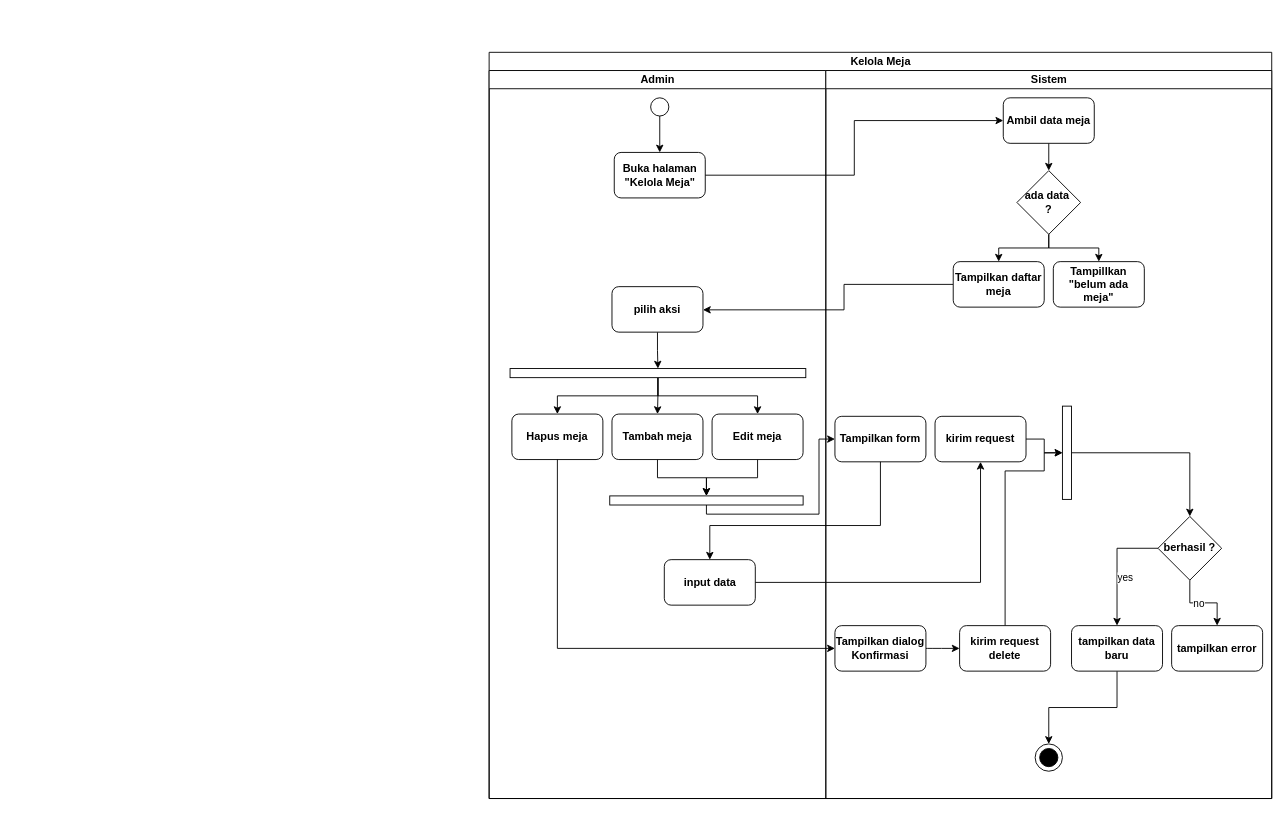
RIOKOWI/warmindo_purnama_flutter keeps this draw.io diagram as page "kelola meja" (5 of 19) of assets/uml/activity-diagram.drawio. Above is the earlier version. Source tidied: cells renumbered, new cells numbered last; positions are measured from the earlier drawing's top-left corner, leaving out a move shared by most shapes. Both pictures are drawn from the tidied source at 91%, with x=0, y=0 at pixel (15, 52).
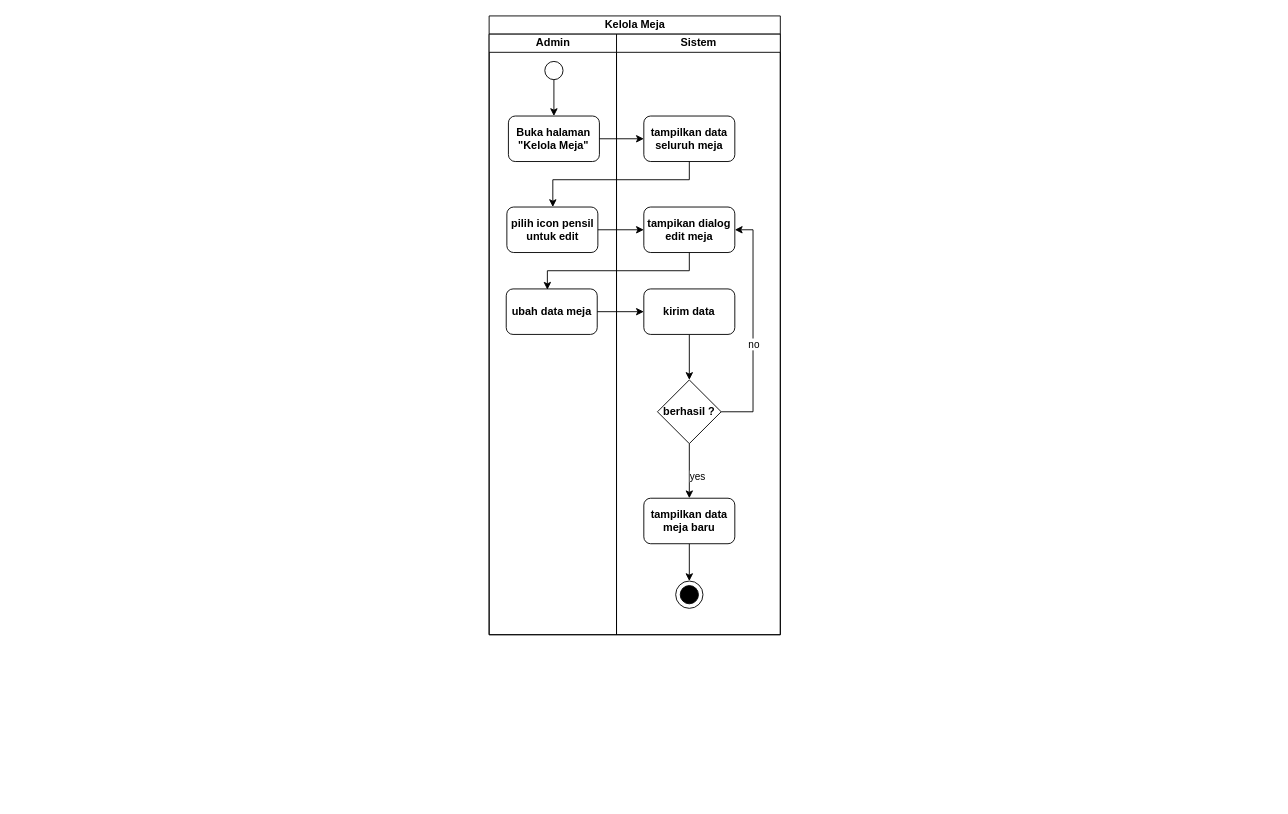
The same diagram, later.

What changed in the source:
```diff
@@
     <mxCell id="3" value="Kelola Meja" style="swimlane;startSize=20;html=1;" parent="1" vertex="1">
-      <mxGeometry x="520" width="860" height="820" as="geometry" />
+      <mxGeometry x="520" y="-40" width="320" height="680" as="geometry" />
     </mxCell>
     <mxCell id="4" value="Admin" style="swimlane;startSize=20;html=1;" parent="3" vertex="1">
-      <mxGeometry y="20" width="370" height="800" as="geometry" />
+      <mxGeometry y="20" width="140" height="660" as="geometry" />
     </mxCell>
@@
     <mxCell id="6" style="ellipse;whiteSpace=wrap;html=1;strokeColor=default;align=center;verticalAlign=middle;fontFamily=Helvetica;fontSize=12;fontColor=default;fontStyle=1;fillColor=default;" parent="4" vertex="1">
-      <mxGeometry x="177.5" y="30" width="20" height="20" as="geometry" />
+      <mxGeometry x="61.2" y="30" width="20" height="20" as="geometry" />
     </mxCell>
     <mxCell id="7" value="Buka halaman &quot;Kelola Meja&quot;" style="rounded=1;whiteSpace=wrap;html=1;strokeColor=default;align=center;verticalAlign=middle;fontFamily=Helvetica;fontSize=12;fontColor=default;fontStyle=1;fillColor=default;" parent="4" vertex="1">
-      <mxGeometry x="137.5" y="90" width="100" height="50" as="geometry" />
+      <mxGeometry x="21.2" y="90" width="100" height="50" as="geometry" />
     </mxCell>
-    <mxCell id="8" style="edgeStyle=orthogonalEdgeStyle;shape=connector;rounded=0;html=1;entryX=0.5;entryY=0;entryDx=0;entryDy=0;strokeColor=default;align=center;verticalAlign=middle;fontFamily=Helvetica;fontSize=11;fontColor=default;labelBackgroundColor=default;endArrow=classic;curved=0;" parent="4" edge="1" source="11" target="18">
-      <mxGeometry relative="1" as="geometry" />
-    </mxCell>
-    <mxCell id="9" style="edgeStyle=orthogonalEdgeStyle;shape=connector;rounded=0;html=1;entryX=0.5;entryY=0;entryDx=0;entryDy=0;strokeColor=default;align=center;verticalAlign=middle;fontFamily=Helvetica;fontSize=11;fontColor=default;labelBackgroundColor=default;endArrow=classic;curved=0;" parent="4" edge="1" source="11" target="15">
-      <mxGeometry relative="1" as="geometry" />
-    </mxCell>
-    <mxCell id="10" style="edgeStyle=orthogonalEdgeStyle;shape=connector;rounded=0;html=1;entryX=0.5;entryY=0;entryDx=0;entryDy=0;strokeColor=default;align=center;verticalAlign=middle;fontFamily=Helvetica;fontSize=11;fontColor=default;labelBackgroundColor=default;endArrow=classic;curved=0;" parent="4" edge="1" source="11" target="17">
-      <mxGeometry relative="1" as="geometry" />
-    </mxCell>
-    <mxCell id="11" style="rounded=0;whiteSpace=wrap;html=1;rotation=90;" parent="4" vertex="1">
-      <mxGeometry x="180.5" y="170" width="10" height="325" as="geometry" />
-    </mxCell>
-    <mxCell id="12" style="edgeStyle=orthogonalEdgeStyle;shape=connector;rounded=0;html=1;entryX=0;entryY=0.5;entryDx=0;entryDy=0;strokeColor=default;align=center;verticalAlign=middle;fontFamily=Helvetica;fontSize=11;fontColor=default;labelBackgroundColor=default;endArrow=classic;curved=0;" parent="4" edge="1" source="13" target="11">
-      <mxGeometry relative="1" as="geometry" />
-    </mxCell>
-    <mxCell id="13" value="pilih aksi" style="rounded=1;whiteSpace=wrap;html=1;strokeColor=default;align=center;verticalAlign=middle;fontFamily=Helvetica;fontSize=12;fontColor=default;fontStyle=1;fillColor=default;" parent="4" vertex="1">
-      <mxGeometry x="135" y="237.5" width="100" height="50" as="geometry" />
+    <mxCell id="13" value="pilih icon pensil untuk edit" style="rounded=1;whiteSpace=wrap;html=1;strokeColor=default;align=center;verticalAlign=middle;fontFamily=Helvetica;fontSize=12;fontColor=default;fontStyle=1;fillColor=default;" parent="4" vertex="1">
+      <mxGeometry x="19.5" y="190" width="100" height="50" as="geometry" />
     </mxCell>
-    <mxCell id="14" style="edgeStyle=orthogonalEdgeStyle;shape=connector;rounded=0;html=1;entryX=0;entryY=0.5;entryDx=0;entryDy=0;strokeColor=default;align=center;verticalAlign=middle;fontFamily=Helvetica;fontSize=11;fontColor=default;labelBackgroundColor=default;endArrow=classic;curved=0;" parent="4" edge="1" source="15" target="19">
-      <mxGeometry relative="1" as="geometry" />
-    </mxCell>
-    <mxCell id="15" value="Tambah meja" style="rounded=1;whiteSpace=wrap;html=1;strokeColor=default;align=center;verticalAlign=middle;fontFamily=Helvetica;fontSize=12;fontColor=default;fontStyle=1;fillColor=default;" parent="4" vertex="1">
-      <mxGeometry x="135" y="377.5" width="100" height="50" as="geometry" />
-    </mxCell>
-    <mxCell id="16" style="edgeStyle=orthogonalEdgeStyle;shape=connector;rounded=0;html=1;entryX=0;entryY=0.5;entryDx=0;entryDy=0;strokeColor=default;align=center;verticalAlign=middle;fontFamily=Helvetica;fontSize=11;fontColor=default;labelBackgroundColor=default;endArrow=classic;curved=0;" parent="4" edge="1" source="17" target="19">
-      <mxGeometry relative="1" as="geometry" />
-    </mxCell>
-    <mxCell id="17" value="Edit meja" style="rounded=1;whiteSpace=wrap;html=1;strokeColor=default;align=center;verticalAlign=middle;fontFamily=Helvetica;fontSize=12;fontColor=default;fontStyle=1;fillColor=default;" parent="4" vertex="1">
-      <mxGeometry x="245" y="377.5" width="100" height="50" as="geometry" />
-    </mxCell>
-    <mxCell id="18" value="Hapus meja" style="rounded=1;whiteSpace=wrap;html=1;strokeColor=default;align=center;verticalAlign=middle;fontFamily=Helvetica;fontSize=12;fontColor=default;fontStyle=1;fillColor=default;" parent="4" vertex="1">
-      <mxGeometry x="25" y="377.5" width="100" height="50" as="geometry" />
-    </mxCell>
-    <mxCell id="19" style="rounded=0;whiteSpace=wrap;html=1;rotation=90;" parent="4" vertex="1">
-      <mxGeometry x="233.8" y="366.2" width="10" height="212.5" as="geometry" />
-    </mxCell>
-    <mxCell id="20" value="input data" style="rounded=1;whiteSpace=wrap;html=1;strokeColor=default;align=center;verticalAlign=middle;fontFamily=Helvetica;fontSize=12;fontColor=default;fontStyle=1;fillColor=default;" parent="4" vertex="1">
-      <mxGeometry x="192.5" y="537.5" width="100" height="50" as="geometry" />
-    </mxCell>
+    <mxCell id="55" value="ubah data meja" style="rounded=1;whiteSpace=wrap;html=1;strokeColor=default;align=center;verticalAlign=middle;fontFamily=Helvetica;fontSize=12;fontColor=default;fontStyle=1;fillColor=default;" parent="4" vertex="1">
+      <mxGeometry x="18.8" y="280" width="100" height="50" as="geometry" />
+    </mxCell>
@@
-    <mxCell id="22" style="edgeStyle=orthogonalEdgeStyle;shape=connector;rounded=0;html=1;strokeColor=default;align=center;verticalAlign=middle;fontFamily=Helvetica;fontSize=11;fontColor=default;labelBackgroundColor=default;endArrow=classic;curved=0;" parent="3" edge="1" source="32" target="13">
-      <mxGeometry relative="1" as="geometry">
-        <Array as="points">
-          <mxPoint x="390" y="255" />
-          <mxPoint x="390" y="283" />
-        </Array>
-      </mxGeometry>
-    </mxCell>
-    <mxCell id="23" style="edgeStyle=orthogonalEdgeStyle;shape=connector;rounded=0;html=1;strokeColor=default;align=center;verticalAlign=middle;fontFamily=Helvetica;fontSize=11;fontColor=default;labelBackgroundColor=default;endArrow=classic;exitX=1;exitY=0.5;exitDx=0;exitDy=0;entryX=0;entryY=0.5;entryDx=0;entryDy=0;curved=0;" parent="3" edge="1" source="19" target="34">
-      <mxGeometry relative="1" as="geometry" />
-    </mxCell>
-    <mxCell id="24" style="edgeStyle=orthogonalEdgeStyle;shape=connector;rounded=0;html=1;entryX=0.5;entryY=1;entryDx=0;entryDy=0;strokeColor=default;align=center;verticalAlign=middle;fontFamily=Helvetica;fontSize=11;fontColor=default;labelBackgroundColor=default;endArrow=classic;curved=0;" parent="3" edge="1" source="20" target="36">
-      <mxGeometry relative="1" as="geometry" />
-    </mxCell>
-    <mxCell id="25" style="edgeStyle=orthogonalEdgeStyle;shape=connector;rounded=0;html=1;entryX=0;entryY=0.5;entryDx=0;entryDy=0;strokeColor=default;align=center;verticalAlign=middle;fontFamily=Helvetica;fontSize=11;fontColor=default;labelBackgroundColor=default;endArrow=classic;exitX=0.5;exitY=1;exitDx=0;exitDy=0;curved=0;" parent="3" edge="1" source="18" target="46">
-      <mxGeometry relative="1" as="geometry" />
-    </mxCell>
     <mxCell id="26" value="Sistem" style="swimlane;startSize=20;html=1;" parent="3" vertex="1">
-      <mxGeometry x="370" y="20" width="490" height="800" as="geometry" />
+      <mxGeometry x="140" y="20" width="180" height="660" as="geometry" />
     </mxCell>
-    <mxCell id="27" style="edgeStyle=orthogonalEdgeStyle;html=1;entryX=0.5;entryY=0;entryDx=0;entryDy=0;rounded=0;curved=0;" parent="26" edge="1" source="29" target="32">
-      <mxGeometry relative="1" as="geometry" />
-    </mxCell>
-    <mxCell id="28" style="edgeStyle=orthogonalEdgeStyle;shape=connector;rounded=0;html=1;entryX=0.5;entryY=0;entryDx=0;entryDy=0;strokeColor=default;align=center;verticalAlign=middle;fontFamily=Helvetica;fontSize=11;fontColor=default;labelBackgroundColor=default;endArrow=classic;curved=0;" parent="26" edge="1" source="29" target="33">
-      <mxGeometry relative="1" as="geometry" />
-    </mxCell>
-    <mxCell id="29" value="ada data&amp;nbsp;&lt;div&gt;?&lt;/div&gt;" style="rhombus;whiteSpace=wrap;html=1;strokeColor=default;align=center;verticalAlign=middle;fontFamily=Helvetica;fontSize=12;fontColor=default;fontStyle=1;fillColor=default;" parent="26" vertex="1">
-      <mxGeometry x="210" y="110" width="70" height="70" as="geometry" />
-    </mxCell>
-    <mxCell id="30" style="edgeStyle=orthogonalEdgeStyle;html=1;entryX=0.5;entryY=0;entryDx=0;entryDy=0;rounded=0;curved=0;" parent="26" edge="1" source="31" target="29">
-      <mxGeometry relative="1" as="geometry" />
-    </mxCell>
-    <mxCell id="31" value="Ambil data meja" style="rounded=1;whiteSpace=wrap;html=1;strokeColor=default;align=center;verticalAlign=middle;fontFamily=Helvetica;fontSize=12;fontColor=default;fontStyle=1;fillColor=default;" parent="26" vertex="1">
-      <mxGeometry x="195" y="30" width="100" height="50" as="geometry" />
+    <mxCell id="31" value="tampilkan data seluruh meja" style="rounded=1;whiteSpace=wrap;html=1;strokeColor=default;align=center;verticalAlign=middle;fontFamily=Helvetica;fontSize=12;fontColor=default;fontStyle=1;fillColor=default;" parent="26" vertex="1">
+      <mxGeometry x="30" y="90" width="100" height="50" as="geometry" />
     </mxCell>
-    <mxCell id="32" value="Tampilkan daftar meja" style="rounded=1;whiteSpace=wrap;html=1;strokeColor=default;align=center;verticalAlign=middle;fontFamily=Helvetica;fontSize=12;fontColor=default;fontStyle=1;fillColor=default;" parent="26" vertex="1">
-      <mxGeometry x="140" y="210" width="100" height="50" as="geometry" />
-    </mxCell>
-    <mxCell id="33" value="Tampillkan&lt;div&gt;&quot;belum ada meja&quot;&lt;/div&gt;" style="rounded=1;whiteSpace=wrap;html=1;strokeColor=default;align=center;verticalAlign=middle;fontFamily=Helvetica;fontSize=12;fontColor=default;fontStyle=1;fillColor=default;" parent="26" vertex="1">
-      <mxGeometry x="250" y="210" width="100" height="50" as="geometry" />
-    </mxCell>
-    <mxCell id="34" value="Tampilkan form" style="rounded=1;whiteSpace=wrap;html=1;strokeColor=default;align=center;verticalAlign=middle;fontFamily=Helvetica;fontSize=12;fontColor=default;fontStyle=1;fillColor=default;" parent="26" vertex="1">
-      <mxGeometry x="10" y="380" width="100" height="50" as="geometry" />
-    </mxCell>
-    <mxCell id="35" style="edgeStyle=orthogonalEdgeStyle;shape=connector;rounded=0;html=1;entryX=1;entryY=0.5;entryDx=0;entryDy=0;strokeColor=default;align=center;verticalAlign=middle;fontFamily=Helvetica;fontSize=11;fontColor=default;labelBackgroundColor=default;endArrow=classic;curved=0;" parent="26" edge="1" source="36" target="50">
-      <mxGeometry relative="1" as="geometry" />
-    </mxCell>
-    <mxCell id="36" value="kirim request" style="rounded=1;whiteSpace=wrap;html=1;strokeColor=default;align=center;verticalAlign=middle;fontFamily=Helvetica;fontSize=12;fontColor=default;fontStyle=1;fillColor=default;" parent="26" vertex="1">
-      <mxGeometry x="120" y="380" width="100" height="50" as="geometry" />
-    </mxCell>
-    <mxCell id="37" style="edgeStyle=orthogonalEdgeStyle;shape=connector;rounded=0;html=1;entryX=0.5;entryY=0;entryDx=0;entryDy=0;strokeColor=default;align=center;verticalAlign=middle;fontFamily=Helvetica;fontSize=11;fontColor=default;labelBackgroundColor=default;endArrow=classic;curved=0;" parent="26" edge="1" source="41" target="44">
-      <mxGeometry relative="1" as="geometry" />
+    <mxCell id="37" style="edgeStyle=orthogonalEdgeStyle;shape=connector;rounded=0;html=1;entryX=1;entryY=0.5;entryDx=0;entryDy=0;strokeColor=default;align=center;verticalAlign=middle;fontFamily=Helvetica;fontSize=11;fontColor=default;labelBackgroundColor=default;endArrow=classic;curved=0;exitX=1;exitY=0.5;exitDx=0;exitDy=0;" parent="26" edge="1" source="41" target="56">
+      <mxGeometry relative="1" as="geometry">
+        <Array as="points">
+          <mxPoint x="150" y="415" />
+          <mxPoint x="150" y="215" />
+        </Array>
+      </mxGeometry>
     </mxCell>
@@
-    <mxCell id="39" style="edgeStyle=orthogonalEdgeStyle;shape=connector;rounded=0;html=1;entryX=0.5;entryY=0;entryDx=0;entryDy=0;strokeColor=default;align=center;verticalAlign=middle;fontFamily=Helvetica;fontSize=11;fontColor=default;labelBackgroundColor=default;endArrow=classic;exitX=0;exitY=0.5;exitDx=0;exitDy=0;curved=0;" parent="26" edge="1" source="41" target="43">
+    <mxCell id="39" style="edgeStyle=orthogonalEdgeStyle;shape=connector;rounded=0;html=1;entryX=0.5;entryY=0;entryDx=0;entryDy=0;strokeColor=default;align=center;verticalAlign=middle;fontFamily=Helvetica;fontSize=11;fontColor=default;labelBackgroundColor=default;endArrow=classic;curved=0;" parent="26" edge="1" source="41" target="43">
       <mxGeometry relative="1" as="geometry" />
     </mxCell>
@@
     <mxCell id="41" value="berhasil ?" style="rhombus;whiteSpace=wrap;html=1;strokeColor=default;align=center;verticalAlign=middle;fontFamily=Helvetica;fontSize=12;fontColor=default;fontStyle=1;fillColor=default;" parent="26" vertex="1">
-      <mxGeometry x="365" y="490" width="70" height="70" as="geometry" />
+      <mxGeometry x="45" y="380" width="70" height="70" as="geometry" />
     </mxCell>
@@
-    <mxCell id="43" value="tampilkan data baru" style="rounded=1;whiteSpace=wrap;html=1;strokeColor=default;align=center;verticalAlign=middle;fontFamily=Helvetica;fontSize=12;fontColor=default;fontStyle=1;fillColor=default;" parent="26" vertex="1">
-      <mxGeometry x="270" y="610" width="100" height="50" as="geometry" />
+    <mxCell id="43" value="tampilkan data meja baru" style="rounded=1;whiteSpace=wrap;html=1;strokeColor=default;align=center;verticalAlign=middle;fontFamily=Helvetica;fontSize=12;fontColor=default;fontStyle=1;fillColor=default;" parent="26" vertex="1">
+      <mxGeometry x="30" y="510" width="100" height="50" as="geometry" />
     </mxCell>
-    <mxCell id="44" value="tampilkan error" style="rounded=1;whiteSpace=wrap;html=1;strokeColor=default;align=center;verticalAlign=middle;fontFamily=Helvetica;fontSize=12;fontColor=default;fontStyle=1;fillColor=default;" parent="26" vertex="1">
-      <mxGeometry x="380" y="610" width="100" height="50" as="geometry" />
-    </mxCell>
-    <mxCell id="45" style="edgeStyle=orthogonalEdgeStyle;shape=connector;curved=1;rounded=1;html=1;entryX=0;entryY=0.5;entryDx=0;entryDy=0;strokeColor=default;align=center;verticalAlign=middle;fontFamily=Helvetica;fontSize=11;fontColor=default;labelBackgroundColor=default;endArrow=classic;" parent="26" edge="1" source="46" target="48">
-      <mxGeometry relative="1" as="geometry" />
-    </mxCell>
-    <mxCell id="46" value="Tampilkan dialog Konfirmasi" style="rounded=1;whiteSpace=wrap;html=1;strokeColor=default;align=center;verticalAlign=middle;fontFamily=Helvetica;fontSize=12;fontColor=default;fontStyle=1;fillColor=default;" parent="26" vertex="1">
-      <mxGeometry x="10" y="610" width="100" height="50" as="geometry" />
-    </mxCell>
-    <mxCell id="47" style="edgeStyle=orthogonalEdgeStyle;shape=connector;rounded=0;html=1;entryX=1;entryY=0.5;entryDx=0;entryDy=0;strokeColor=default;align=center;verticalAlign=middle;fontFamily=Helvetica;fontSize=11;fontColor=default;labelBackgroundColor=default;endArrow=classic;exitX=0.5;exitY=0;exitDx=0;exitDy=0;curved=0;" parent="26" edge="1" source="48" target="50">
-      <mxGeometry relative="1" as="geometry">
-        <Array as="points">
-          <mxPoint x="197" y="440" />
-          <mxPoint x="240" y="440" />
-          <mxPoint x="240" y="420" />
-        </Array>
-      </mxGeometry>
-    </mxCell>
-    <mxCell id="48" value="kirim request delete" style="rounded=1;whiteSpace=wrap;html=1;strokeColor=default;align=center;verticalAlign=middle;fontFamily=Helvetica;fontSize=12;fontColor=default;fontStyle=1;fillColor=default;" parent="26" vertex="1">
-      <mxGeometry x="147" y="610" width="100" height="50" as="geometry" />
-    </mxCell>
-    <mxCell id="49" style="edgeStyle=orthogonalEdgeStyle;shape=connector;rounded=0;html=1;entryX=0.5;entryY=0;entryDx=0;entryDy=0;strokeColor=default;align=center;verticalAlign=middle;fontFamily=Helvetica;fontSize=11;fontColor=default;labelBackgroundColor=default;endArrow=classic;curved=0;" parent="26" edge="1" source="50" target="41">
-      <mxGeometry relative="1" as="geometry" />
-    </mxCell>
-    <mxCell id="50" style="rounded=0;whiteSpace=wrap;html=1;rotation=-180;" parent="26" vertex="1">
-      <mxGeometry x="260" y="368.8" width="10" height="102.5" as="geometry" />
-    </mxCell>
     <mxCell id="51" style="group;" parent="26" vertex="1">
-      <mxGeometry x="230" y="740" width="30" height="30" as="geometry" />
+      <mxGeometry x="65" y="601" width="30" height="30" as="geometry" />
     </mxCell>
@@
-    <mxCell id="54" style="edgeStyle=orthogonalEdgeStyle;shape=connector;rounded=0;html=1;entryX=0.5;entryY=0;entryDx=0;entryDy=0;strokeColor=default;align=center;verticalAlign=middle;fontFamily=Helvetica;fontSize=11;fontColor=default;labelBackgroundColor=default;endArrow=classic;curved=0;" parent="3" edge="1" source="34" target="20">
-      <mxGeometry relative="1" as="geometry">
-        <Array as="points">
-          <mxPoint x="430" y="520" />
-          <mxPoint x="243" y="520" />
-        </Array>
-      </mxGeometry>
-    </mxCell>
+    <mxCell id="56" value="tampikan dialog edit meja" style="rounded=1;whiteSpace=wrap;html=1;strokeColor=default;align=center;verticalAlign=middle;fontFamily=Helvetica;fontSize=12;fontColor=default;fontStyle=1;fillColor=default;" parent="26" vertex="1">
+      <mxGeometry x="30" y="190" width="100" height="50" as="geometry" />
+    </mxCell>
+    <mxCell id="57" style="edgeStyle=orthogonalEdgeStyle;shape=connector;curved=0;rounded=0;html=1;entryX=0.5;entryY=0;entryDx=0;entryDy=0;strokeColor=default;align=center;verticalAlign=middle;fontFamily=Helvetica;fontSize=11;fontColor=default;labelBackgroundColor=default;endArrow=classic;" parent="26" edge="1" source="58" target="41">
+      <mxGeometry relative="1" as="geometry" />
+    </mxCell>
+    <mxCell id="58" value="kirim data" style="rounded=1;whiteSpace=wrap;html=1;strokeColor=default;align=center;verticalAlign=middle;fontFamily=Helvetica;fontSize=12;fontColor=default;fontStyle=1;fillColor=default;" parent="26" vertex="1">
+      <mxGeometry x="30" y="280" width="100" height="50" as="geometry" />
+    </mxCell>
+    <mxCell id="59" style="edgeStyle=orthogonalEdgeStyle;shape=connector;curved=0;rounded=0;html=1;entryX=0;entryY=0.5;entryDx=0;entryDy=0;strokeColor=default;align=center;verticalAlign=middle;fontFamily=Helvetica;fontSize=11;fontColor=default;labelBackgroundColor=default;endArrow=classic;" parent="3" edge="1" source="13" target="56">
+      <mxGeometry relative="1" as="geometry" />
+    </mxCell>
+    <mxCell id="60" style="edgeStyle=orthogonalEdgeStyle;shape=connector;curved=0;rounded=0;html=1;strokeColor=default;align=center;verticalAlign=middle;fontFamily=Helvetica;fontSize=11;fontColor=default;labelBackgroundColor=default;endArrow=classic;" parent="3" edge="1" source="55" target="58">
+      <mxGeometry relative="1" as="geometry" />
+    </mxCell>
+    <mxCell id="61" style="edgeStyle=orthogonalEdgeStyle;shape=connector;curved=0;rounded=0;html=1;strokeColor=default;align=center;verticalAlign=middle;fontFamily=Helvetica;fontSize=11;fontColor=default;labelBackgroundColor=default;endArrow=classic;" parent="3" edge="1" source="31" target="13">
+      <mxGeometry relative="1" as="geometry">
+        <Array as="points">
+          <mxPoint x="220" y="180" />
+          <mxPoint x="70" y="180" />
+        </Array>
+      </mxGeometry>
+    </mxCell>
+    <mxCell id="62" style="edgeStyle=orthogonalEdgeStyle;shape=connector;curved=0;rounded=0;html=1;entryX=0.452;entryY=0.017;entryDx=0;entryDy=0;entryPerimeter=0;strokeColor=default;align=center;verticalAlign=middle;fontFamily=Helvetica;fontSize=11;fontColor=default;labelBackgroundColor=default;endArrow=classic;" parent="3" edge="1" source="56" target="55">
+      <mxGeometry relative="1" as="geometry">
+        <Array as="points">
+          <mxPoint x="220" y="280" />
+          <mxPoint x="64" y="280" />
+        </Array>
+      </mxGeometry>
+    </mxCell>
```
